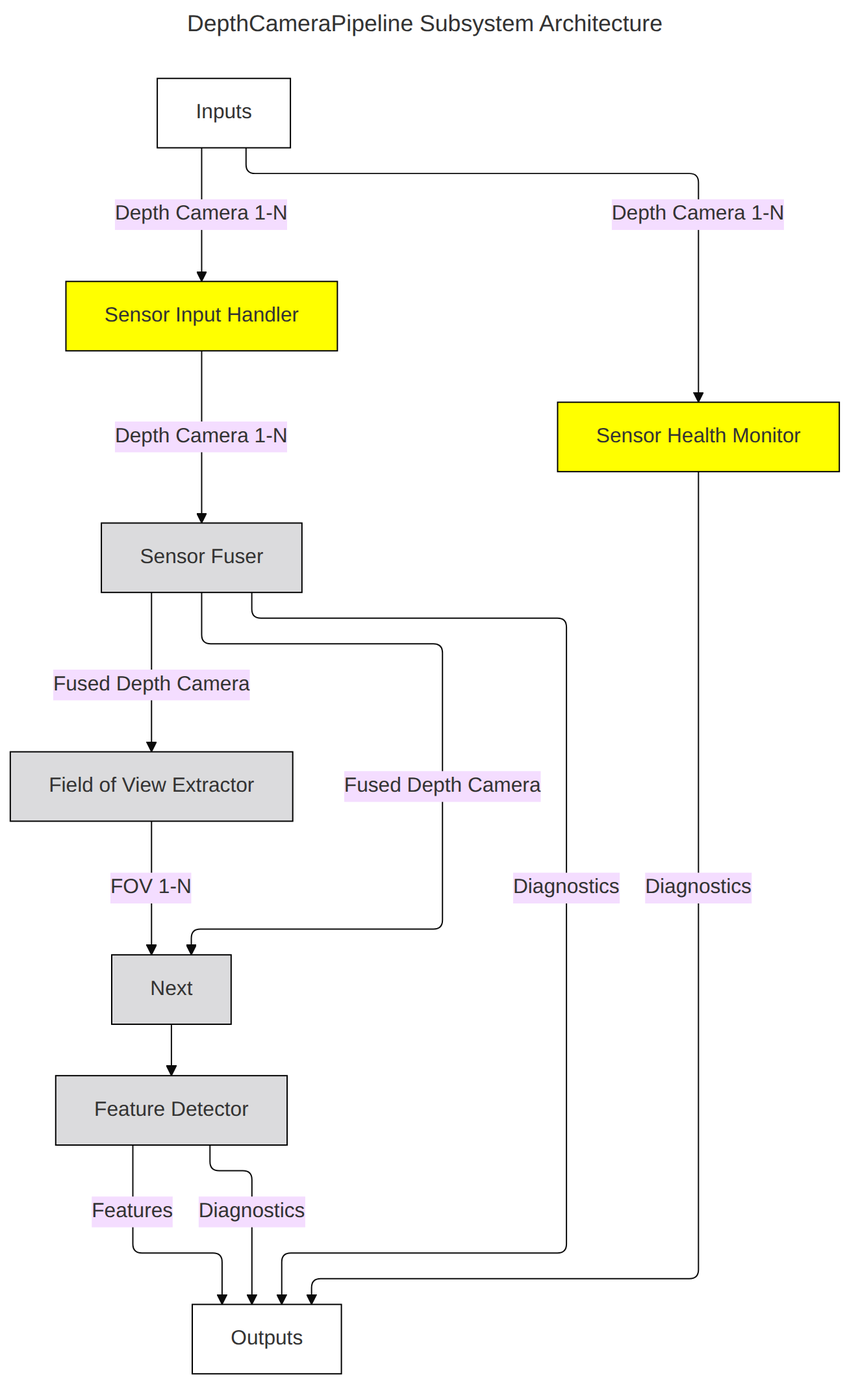
Above: Systems/Perception/Subsystems/DepthCameraPipeline/doc/mermaid/DepthCameraPipelineSubsystemArchitecture.png in fastrobotics/robot_framework (Mermaid), before the change. Its source is kept beside it as Systems/Perception/Subsystems/DepthCameraPipeline/doc/mermaid/DepthCameraPipelineSubsystemArchitecture.mmd.
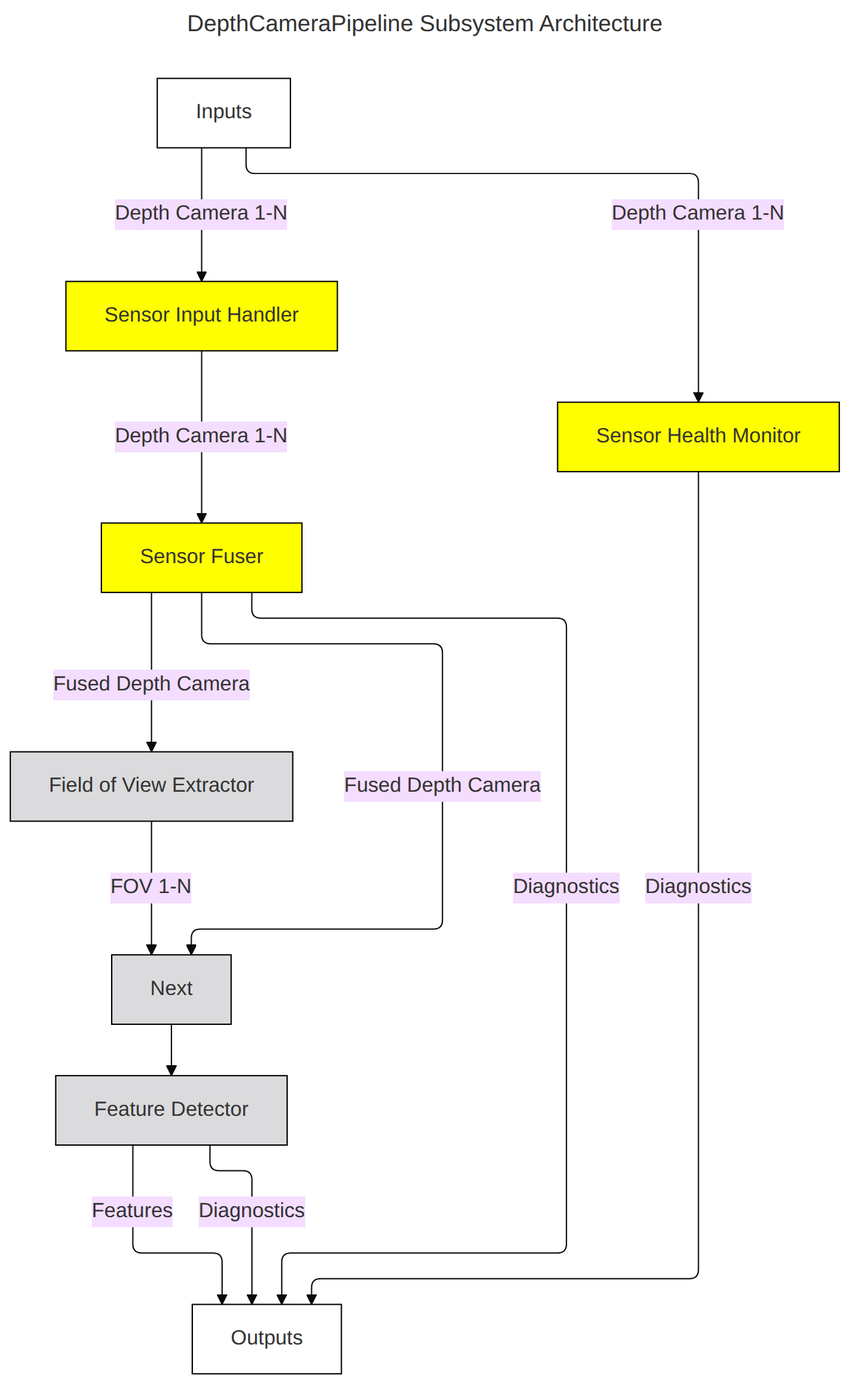
After the change.

What changed in the source:
```diff
@@ -55,4 +55,4 @@
     FeatureDetector --> | Diagnostics | Outputs
 
     class Inputs,Outputs cssBoundary
-    class SensorInputHandler,SensorHealthMonitor cssInvestigating
+    class SensorInputHandler,SensorHealthMonitor,SensorFuser cssInvestigating
```
